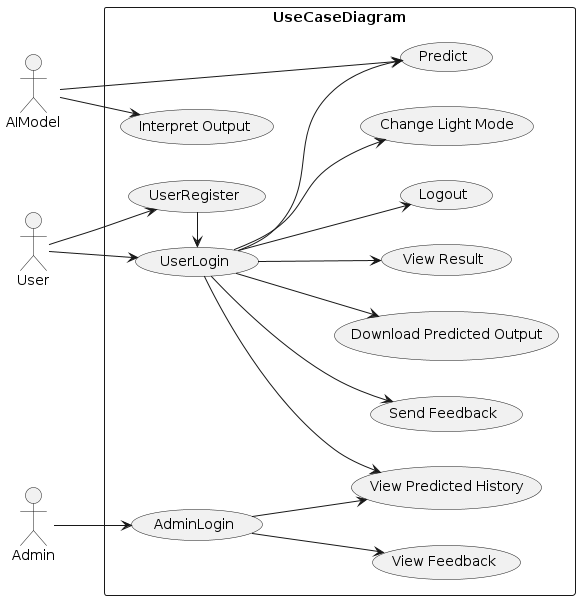
This is out/docs/diagrams/usecase/usecase_diagram.png from getdaniel/bc-drug, a PlantUML export, as it was before one commit.
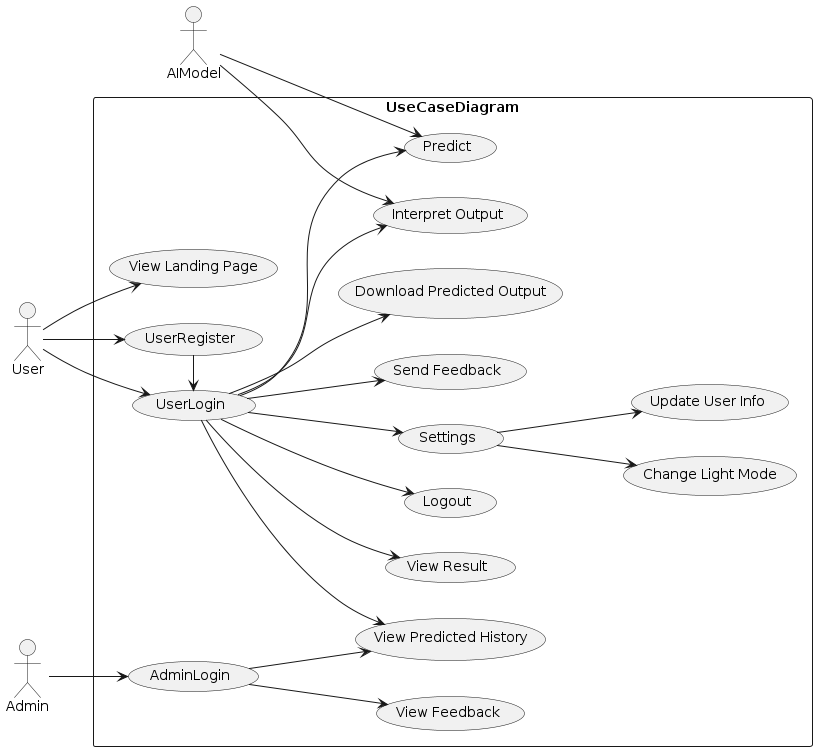
Later version of the same file.

Commit message:
update use case and add activity diagram

Change to the diagram source:
```diff
@@ -9,14 +9,19 @@
 rectangle UseCaseDiagram {
   User --> (UserRegister)
   User -left-> (UserLogin)
+  User --> (View Landing Page)
+
   (UserRegister) -left-> (UserLogin)
   (UserLogin) --> (View Result)
   (UserLogin) --> (Logout)
-  (UserLogin) --> (Change Light Mode)
+  (UserLogin) --> (Settings)
+  (Settings) --> (Change Light Mode)
+  (Settings) --> (Update User Info)
   (UserLogin) --> (Send Feedback)
   (UserLogin) --> (Download Predicted Output)
   (UserLogin) --> (View Predicted History)
   (UserLogin) --> (Predict)
+  (UserLogin) --> (Interpret Output)
 
   AIModel --> (Predict)
   AIModel --> (Interpret Output)
```
